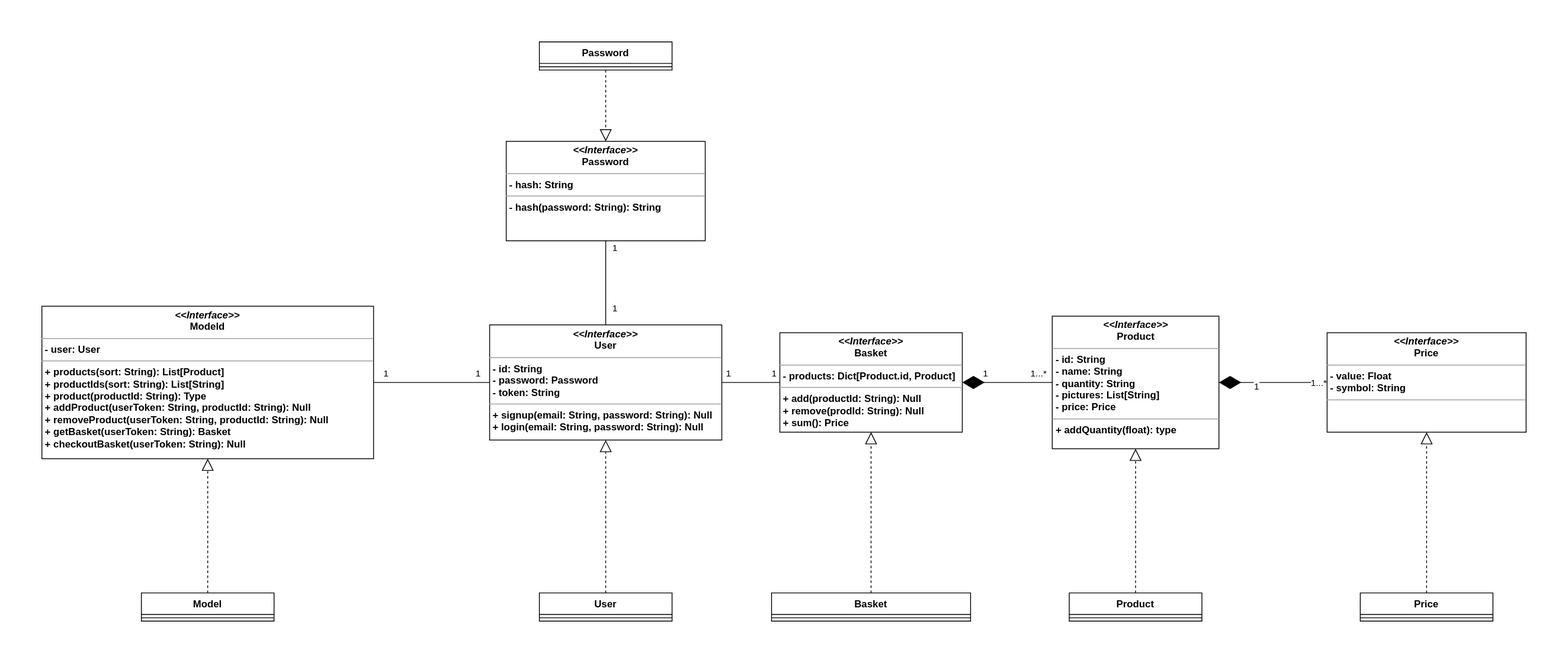
The draw.io diagram docs/resources/class-diagram.drawio.svg in israel-meiresonne/e-shop-1-backend, before a commit. Source tidied: cells renumbered, new cells last; positions are measured from the earlier drawing's top-left corner, leaving out a move shared by most shapes. Its diagram source:
```xml
<mxGraphModel>
  <root>
    <mxCell id="0" />
    <mxCell id="1" parent="0" />
    <mxCell id="2" value="User" style="swimlane;fontStyle=1;align=center;verticalAlign=top;horizontal=1;startSize=26;whiteSpace=wrap;html=1;" parent="1" vertex="1">
      <mxGeometry x="600" y="665" width="160" height="34" as="geometry" />
    </mxCell>
    <mxCell id="3" style="line;strokeWidth=1;fillColor=none;align=left;verticalAlign=middle;spacingTop=-1;spacingLeft=3;spacingRight=3;labelPosition=right;strokeColor=inherit;" parent="2" vertex="1">
      <mxGeometry y="26" width="160" height="8" as="geometry" />
    </mxCell>
    <mxCell id="4" value="&lt;p style=&quot;margin:0px;margin-top:4px;text-align:center;&quot;&gt;&lt;i&gt;&amp;lt;&amp;lt;Interface&amp;gt;&amp;gt;&lt;/i&gt;&lt;br&gt;Model&lt;span&gt;d&lt;/span&gt;&lt;/p&gt;&lt;hr size=&quot;1&quot;&gt;&lt;p style=&quot;margin:0px;margin-left:4px;&quot;&gt;- user: User&lt;br&gt;&lt;/p&gt;&lt;hr size=&quot;1&quot;&gt;&lt;p style=&quot;margin:0px;margin-left:4px;&quot;&gt;+ products(sort: String): List[Product]&lt;/p&gt;&lt;p style=&quot;margin:0px;margin-left:4px;&quot;&gt;+ productIds(sort: String): List[String]&lt;br&gt;+ product(productId: String): Type&lt;br&gt;+ addProduct(userToken: String, productId: String): Null&lt;br&gt;+ removeProduct(userToken: String, productId: String): Null&lt;br&gt;+ getBasket(userToken: String): Basket&lt;br&gt;+ checkoutBasket(userToken: String): Null&lt;br&gt;&lt;/p&gt;" style="verticalAlign=top;align=left;overflow=fill;fontSize=12;fontFamily=Helvetica;html=1;whiteSpace=wrap;fontStyle=1;" parent="1" vertex="1">
      <mxGeometry y="319" width="400" height="184" as="geometry" />
    </mxCell>
    <mxCell id="5" value="Basket" style="swimlane;fontStyle=1;align=center;verticalAlign=top;horizontal=1;startSize=26;whiteSpace=wrap;html=1;" parent="1" vertex="1">
      <mxGeometry x="880" y="665" width="240" height="34" as="geometry" />
    </mxCell>
    <mxCell id="6" style="line;strokeWidth=1;fillColor=none;align=left;verticalAlign=middle;spacingTop=-1;spacingLeft=3;spacingRight=3;labelPosition=right;strokeColor=inherit;" parent="5" vertex="1">
      <mxGeometry y="26" width="240" height="8" as="geometry" />
    </mxCell>
    <mxCell id="7" value="Product" style="swimlane;fontStyle=1;align=center;verticalAlign=top;horizontal=1;startSize=26;whiteSpace=wrap;html=1;" parent="1" vertex="1">
      <mxGeometry x="1239" y="665" width="160" height="34" as="geometry" />
    </mxCell>
    <mxCell id="8" style="line;strokeWidth=1;fillColor=none;align=left;verticalAlign=middle;spacingTop=-1;spacingLeft=3;spacingRight=3;labelPosition=right;strokeColor=inherit;" parent="7" vertex="1">
      <mxGeometry y="26" width="160" height="8" as="geometry" />
    </mxCell>
    <mxCell id="9" style="endArrow=none;html=1;rounded=0;" parent="1" edge="1" source="23" target="25">
      <mxGeometry relative="1" as="geometry" />
    </mxCell>
    <mxCell id="10" value="1" style="edgeLabel;html=1;align=center;verticalAlign=middle;" parent="9" vertex="1">
      <mxGeometry x="-0.8" relative="1" as="geometry">
        <mxPoint y="-12" as="offset" />
      </mxGeometry>
    </mxCell>
    <mxCell id="11" value="1" style="edgeLabel;html=1;align=center;verticalAlign=middle;" parent="9" vertex="1">
      <mxGeometry x="0.78" y="1" relative="1" as="geometry">
        <mxPoint y="-11" as="offset" />
      </mxGeometry>
    </mxCell>
    <mxCell id="12" value="Price" style="swimlane;fontStyle=1;align=center;verticalAlign=top;horizontal=1;startSize=26;whiteSpace=wrap;html=1;" parent="1" vertex="1">
      <mxGeometry x="1590" y="665" width="160" height="34" as="geometry" />
    </mxCell>
    <mxCell id="13" style="line;strokeWidth=1;fillColor=none;align=left;verticalAlign=middle;spacingTop=-1;spacingLeft=3;spacingRight=3;labelPosition=right;strokeColor=inherit;" parent="12" vertex="1">
      <mxGeometry y="26" width="160" height="8" as="geometry" />
    </mxCell>
    <mxCell id="14" value="Model" style="swimlane;fontStyle=1;align=center;verticalAlign=top;horizontal=1;startSize=26;whiteSpace=wrap;html=1;" parent="1" vertex="1">
      <mxGeometry x="120" y="665" width="160" height="34" as="geometry" />
    </mxCell>
    <mxCell id="15" style="line;strokeWidth=1;fillColor=none;align=left;verticalAlign=middle;spacingTop=-1;spacingLeft=3;spacingRight=3;labelPosition=right;strokeColor=inherit;" parent="14" vertex="1">
      <mxGeometry y="26" width="160" height="8" as="geometry" />
    </mxCell>
    <mxCell id="16" style="endArrow=block;dashed=1;endFill=0;endSize=12;html=1;rounded=0;" parent="1" edge="1" source="14" target="4">
      <mxGeometry relative="1" as="geometry" />
    </mxCell>
    <mxCell id="17" style="endArrow=diamondThin;endFill=1;endSize=24;html=1;rounded=0;" parent="1" edge="1" source="27" target="26">
      <mxGeometry relative="1" as="geometry" />
    </mxCell>
    <mxCell id="18" value="1" style="edgeLabel;html=1;align=center;verticalAlign=middle;" parent="17" vertex="1">
      <mxGeometry x="0.46" y="-1" relative="1" as="geometry">
        <mxPoint x="9" y="5" as="offset" />
      </mxGeometry>
    </mxCell>
    <mxCell id="19" value="1...*" style="edgeLabel;html=1;align=center;verticalAlign=middle;" parent="17" vertex="1">
      <mxGeometry x="-0.69" relative="1" as="geometry">
        <mxPoint x="10" as="offset" />
      </mxGeometry>
    </mxCell>
    <mxCell id="20" style="endArrow=diamondThin;endFill=1;endSize=24;html=1;rounded=0;" parent="1" edge="1" source="26" target="25">
      <mxGeometry relative="1" as="geometry" />
    </mxCell>
    <mxCell id="21" value="1" style="edgeLabel;html=1;align=center;verticalAlign=middle;" parent="20" vertex="1">
      <mxGeometry x="0.46" y="-1" relative="1" as="geometry">
        <mxPoint x="-2" y="-11" as="offset" />
      </mxGeometry>
    </mxCell>
    <mxCell id="22" value="1...*" style="edgeLabel;html=1;align=center;verticalAlign=middle;" parent="20" vertex="1">
      <mxGeometry x="-0.69" relative="1" as="geometry">
        <mxPoint y="-12" as="offset" />
      </mxGeometry>
    </mxCell>
    <mxCell id="23" value="&lt;p style=&quot;margin:0px;margin-top:4px;text-align:center;&quot;&gt;&lt;i&gt;&amp;lt;&amp;lt;Interface&amp;gt;&amp;gt;&lt;/i&gt;&lt;br&gt;&lt;span&gt;User&lt;/span&gt;&lt;/p&gt;&lt;hr size=&quot;1&quot;&gt;&lt;p style=&quot;margin:0px;margin-left:4px;&quot;&gt;- id: String&lt;br&gt;- password:&amp;nbsp;Password&lt;br&gt;- token: String&lt;/p&gt;&lt;hr size=&quot;1&quot;&gt;&lt;p style=&quot;margin:0px;margin-left:4px;&quot;&gt;+ signup(email: String, password: String): Null&lt;br style=&quot;border-color: var(--border-color);&quot;&gt;+ login(email: String, password: String): Null&lt;br&gt;&lt;/p&gt;" style="verticalAlign=top;align=left;overflow=fill;fontSize=12;fontFamily=Helvetica;html=1;whiteSpace=wrap;fontStyle=1;" parent="1" vertex="1">
      <mxGeometry x="540" y="341.5" width="280" height="139" as="geometry" />
    </mxCell>
    <mxCell id="24" value="&lt;p style=&quot;margin:0px;margin-top:4px;text-align:center;&quot;&gt;&lt;i&gt;&amp;lt;&amp;lt;Interface&amp;gt;&amp;gt;&lt;/i&gt;&lt;br&gt;&lt;span&gt;Password&lt;/span&gt;&lt;/p&gt;&lt;hr size=&quot;1&quot;&gt;&lt;p style=&quot;margin:0px;margin-left:4px;&quot;&gt;- hash: String&lt;/p&gt;&lt;hr size=&quot;1&quot;&gt;&lt;p style=&quot;margin:0px;margin-left:4px;&quot;&gt;- hash(password: String): String&lt;/p&gt;" style="verticalAlign=top;align=left;overflow=fill;fontSize=12;fontFamily=Helvetica;html=1;whiteSpace=wrap;fontStyle=1;" parent="1" vertex="1">
      <mxGeometry x="560" y="120" width="240" height="120" as="geometry" />
    </mxCell>
    <mxCell id="25" value="&lt;p style=&quot;margin:0px;margin-top:4px;text-align:center;&quot;&gt;&lt;i&gt;&amp;lt;&amp;lt;Interface&amp;gt;&amp;gt;&lt;/i&gt;&lt;br&gt;&lt;span&gt;Basket&lt;/span&gt;&lt;/p&gt;&lt;hr size=&quot;1&quot;&gt;&lt;p style=&quot;margin:0px;margin-left:4px;&quot;&gt;&lt;b style=&quot;border-color: var(--border-color);&quot;&gt;- products: Dict[Product.id, Product]&lt;/b&gt;&lt;br&gt;&lt;/p&gt;&lt;hr size=&quot;1&quot;&gt;&lt;p style=&quot;margin:0px;margin-left:4px;&quot;&gt;+ add(productId: String): Null&lt;br&gt;+ remove(prodId: String): Null&lt;br&gt;+ sum(): Price&lt;br&gt;&lt;/p&gt;" style="verticalAlign=top;align=left;overflow=fill;fontSize=12;fontFamily=Helvetica;html=1;whiteSpace=wrap;fontStyle=1;" parent="1" vertex="1">
      <mxGeometry x="890" y="351" width="220" height="120" as="geometry" />
    </mxCell>
    <mxCell id="26" value="&lt;p style=&quot;margin:0px;margin-top:4px;text-align:center;&quot;&gt;&lt;i&gt;&amp;lt;&amp;lt;Interface&amp;gt;&amp;gt;&lt;/i&gt;&lt;br&gt;&lt;span&gt;Product&lt;/span&gt;&lt;/p&gt;&lt;hr size=&quot;1&quot;&gt;&lt;p style=&quot;margin:0px;margin-left:4px;&quot;&gt;- id: String&lt;br&gt;- name: String&lt;br&gt;- quantity: String&lt;br&gt;- pictures: List[String]&lt;br&gt;- price: Price&lt;/p&gt;&lt;hr size=&quot;1&quot;&gt;&lt;p style=&quot;margin:0px;margin-left:4px;&quot;&gt;+ addQuantity(float): type&lt;br&gt;&lt;/p&gt;" style="verticalAlign=top;align=left;overflow=fill;fontSize=12;fontFamily=Helvetica;html=1;whiteSpace=wrap;fontStyle=1;" parent="1" vertex="1">
      <mxGeometry x="1218.5" y="331" width="201" height="160" as="geometry" />
    </mxCell>
    <mxCell id="27" value="&lt;p style=&quot;margin:0px;margin-top:4px;text-align:center;&quot;&gt;&lt;i&gt;&amp;lt;&amp;lt;Interface&amp;gt;&amp;gt;&lt;/i&gt;&lt;br&gt;&lt;span&gt;Price&lt;/span&gt;&lt;/p&gt;&lt;hr size=&quot;1&quot;&gt;&lt;p style=&quot;margin:0px;margin-left:4px;&quot;&gt;- value: Float&lt;br&gt;- symbol: String&lt;br&gt;&lt;/p&gt;&lt;hr size=&quot;1&quot;&gt;&lt;p style=&quot;margin:0px;margin-left:4px;&quot;&gt;&lt;br&gt;&lt;/p&gt;" style="verticalAlign=top;align=left;overflow=fill;fontSize=12;fontFamily=Helvetica;html=1;whiteSpace=wrap;fontStyle=1;" parent="1" vertex="1">
      <mxGeometry x="1550" y="351" width="240" height="120" as="geometry" />
    </mxCell>
    <mxCell id="28" style="endArrow=block;dashed=1;endFill=0;endSize=12;html=1;rounded=0;" parent="1" edge="1" source="2" target="23">
      <mxGeometry relative="1" as="geometry" />
    </mxCell>
    <mxCell id="29" style="endArrow=block;dashed=1;endFill=0;endSize=12;html=1;rounded=0;" parent="1" edge="1" source="36" target="24">
      <mxGeometry relative="1" as="geometry" />
    </mxCell>
    <mxCell id="30" style="endArrow=block;dashed=1;endFill=0;endSize=12;html=1;rounded=0;" parent="1" edge="1" source="5" target="25">
      <mxGeometry relative="1" as="geometry" />
    </mxCell>
    <mxCell id="31" style="endArrow=block;dashed=1;endFill=0;endSize=12;html=1;rounded=0;" parent="1" edge="1" source="7" target="26">
      <mxGeometry relative="1" as="geometry" />
    </mxCell>
    <mxCell id="32" style="endArrow=block;dashed=1;endFill=0;endSize=12;html=1;rounded=0;" parent="1" edge="1" source="12" target="27">
      <mxGeometry relative="1" as="geometry" />
    </mxCell>
    <mxCell id="33" style="endArrow=none;html=1;rounded=0;" parent="1" edge="1" source="4" target="23">
      <mxGeometry relative="1" as="geometry" />
    </mxCell>
    <mxCell id="34" value="1" style="edgeLabel;html=1;align=center;verticalAlign=middle;" parent="33" vertex="1">
      <mxGeometry x="-0.8" relative="1" as="geometry">
        <mxPoint y="-12" as="offset" />
      </mxGeometry>
    </mxCell>
    <mxCell id="35" value="1" style="edgeLabel;html=1;align=center;verticalAlign=middle;" parent="33" vertex="1">
      <mxGeometry x="0.78" y="1" relative="1" as="geometry">
        <mxPoint y="-11" as="offset" />
      </mxGeometry>
    </mxCell>
    <mxCell id="36" value="Password" style="swimlane;fontStyle=1;align=center;verticalAlign=top;horizontal=1;startSize=26;whiteSpace=wrap;html=1;" parent="1" vertex="1">
      <mxGeometry x="600" width="160" height="34" as="geometry" />
    </mxCell>
    <mxCell id="37" style="line;strokeWidth=1;fillColor=none;align=left;verticalAlign=middle;spacingTop=-1;spacingLeft=3;spacingRight=3;labelPosition=right;strokeColor=inherit;" parent="36" vertex="1">
      <mxGeometry y="26" width="160" height="8" as="geometry" />
    </mxCell>
    <mxCell id="38" style="endArrow=none;html=1;rounded=0;" parent="1" edge="1" source="23" target="24">
      <mxGeometry relative="1" as="geometry" />
    </mxCell>
    <mxCell id="39" value="1" style="edgeLabel;html=1;align=center;verticalAlign=middle;" parent="38" vertex="1">
      <mxGeometry x="-0.8" relative="1" as="geometry">
        <mxPoint x="10" y="-10" as="offset" />
      </mxGeometry>
    </mxCell>
    <mxCell id="40" value="1" style="edgeLabel;html=1;align=center;verticalAlign=middle;" parent="38" vertex="1">
      <mxGeometry x="0.78" y="1" relative="1" as="geometry">
        <mxPoint x="11" y="-2" as="offset" />
      </mxGeometry>
    </mxCell>
  </root>
</mxGraphModel>
```
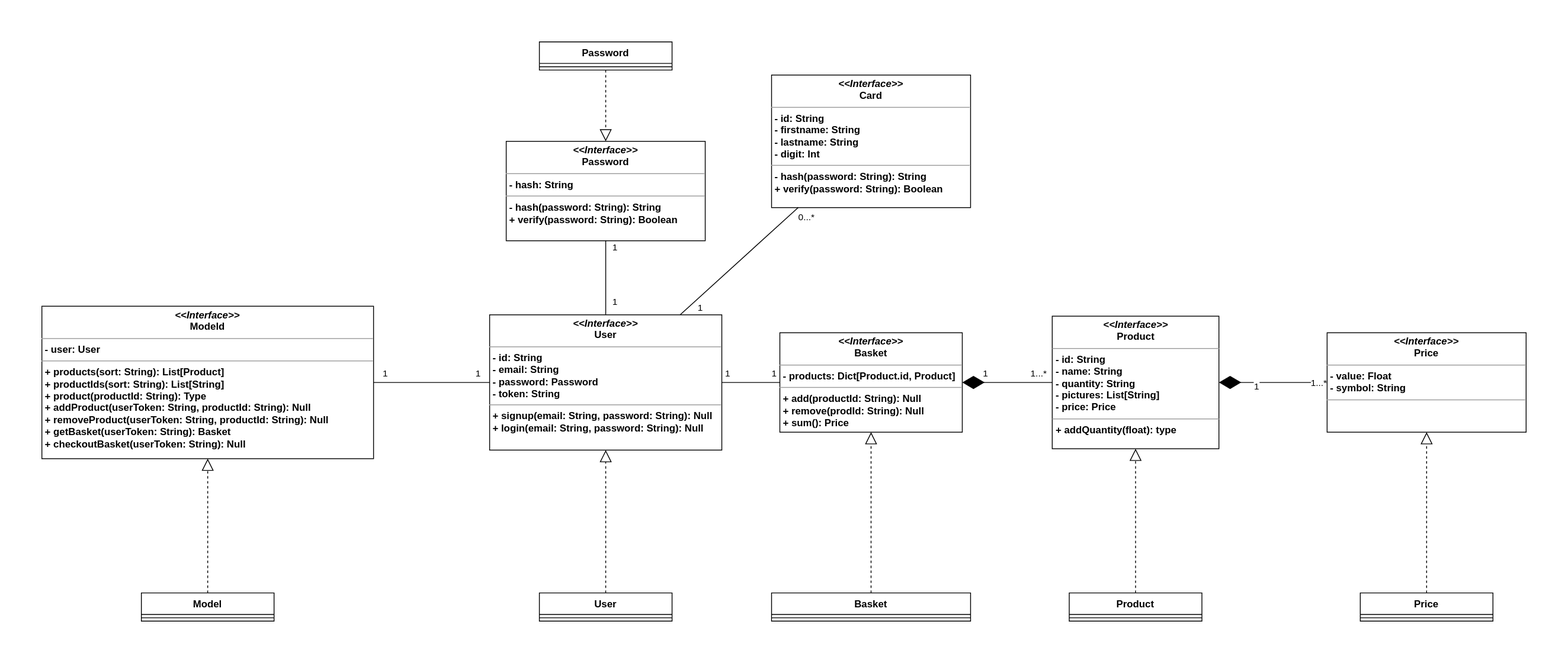
The same diagram one commit later.

Commit message:
doc: in class diagram, add `User.email`, `Password.verify()` and `Card`

Diff of the diagram source:
```diff
@@ -77,10 +77,10 @@
         <mxPoint y="-12" as="offset" />
       </mxGeometry>
     </mxCell>
-    <mxCell id="23" value="&lt;p style=&quot;margin:0px;margin-top:4px;text-align:center;&quot;&gt;&lt;i&gt;&amp;lt;&amp;lt;Interface&amp;gt;&amp;gt;&lt;/i&gt;&lt;br&gt;&lt;span&gt;User&lt;/span&gt;&lt;/p&gt;&lt;hr size=&quot;1&quot;&gt;&lt;p style=&quot;margin:0px;margin-left:4px;&quot;&gt;- id: String&lt;br&gt;- password:&amp;nbsp;Password&lt;br&gt;- token: String&lt;/p&gt;&lt;hr size=&quot;1&quot;&gt;&lt;p style=&quot;margin:0px;margin-left:4px;&quot;&gt;+ signup(email: String, password: String): Null&lt;br style=&quot;border-color: var(--border-color);&quot;&gt;+ login(email: String, password: String): Null&lt;br&gt;&lt;/p&gt;" style="verticalAlign=top;align=left;overflow=fill;fontSize=12;fontFamily=Helvetica;html=1;whiteSpace=wrap;fontStyle=1;" parent="1" vertex="1">
-      <mxGeometry x="540" y="341.5" width="280" height="139" as="geometry" />
+    <mxCell id="23" value="&lt;p style=&quot;margin:0px;margin-top:4px;text-align:center;&quot;&gt;&lt;i&gt;&amp;lt;&amp;lt;Interface&amp;gt;&amp;gt;&lt;/i&gt;&lt;br&gt;&lt;span&gt;User&lt;/span&gt;&lt;/p&gt;&lt;hr size=&quot;1&quot;&gt;&lt;p style=&quot;margin:0px;margin-left:4px;&quot;&gt;- id: String&lt;br&gt;- email: String&lt;br&gt;- password:&amp;nbsp;Password&lt;br&gt;- token: String&lt;br&gt;&lt;/p&gt;&lt;hr size=&quot;1&quot;&gt;&lt;p style=&quot;margin:0px;margin-left:4px;&quot;&gt;+ signup(email: String, password: String): Null&lt;br style=&quot;border-color: var(--border-color);&quot;&gt;+ login(email: String, password: String): Null&lt;br&gt;&lt;/p&gt;" style="verticalAlign=top;align=left;overflow=fill;fontSize=12;fontFamily=Helvetica;html=1;whiteSpace=wrap;fontStyle=1;" parent="1" vertex="1">
+      <mxGeometry x="540" y="329.4" width="280" height="163.2" as="geometry" />
     </mxCell>
-    <mxCell id="24" value="&lt;p style=&quot;margin:0px;margin-top:4px;text-align:center;&quot;&gt;&lt;i&gt;&amp;lt;&amp;lt;Interface&amp;gt;&amp;gt;&lt;/i&gt;&lt;br&gt;&lt;span&gt;Password&lt;/span&gt;&lt;/p&gt;&lt;hr size=&quot;1&quot;&gt;&lt;p style=&quot;margin:0px;margin-left:4px;&quot;&gt;- hash: String&lt;/p&gt;&lt;hr size=&quot;1&quot;&gt;&lt;p style=&quot;margin:0px;margin-left:4px;&quot;&gt;- hash(password: String): String&lt;/p&gt;" style="verticalAlign=top;align=left;overflow=fill;fontSize=12;fontFamily=Helvetica;html=1;whiteSpace=wrap;fontStyle=1;" parent="1" vertex="1">
+    <mxCell id="24" value="&lt;p style=&quot;margin:0px;margin-top:4px;text-align:center;&quot;&gt;&lt;i&gt;&amp;lt;&amp;lt;Interface&amp;gt;&amp;gt;&lt;/i&gt;&lt;br&gt;&lt;span&gt;Password&lt;/span&gt;&lt;/p&gt;&lt;hr size=&quot;1&quot;&gt;&lt;p style=&quot;margin:0px;margin-left:4px;&quot;&gt;- hash: String&lt;/p&gt;&lt;hr size=&quot;1&quot;&gt;&lt;p style=&quot;margin:0px;margin-left:4px;&quot;&gt;- hash(password: String): String&lt;br&gt;+ verify(password: String): Boolean&lt;br&gt;&lt;/p&gt;" style="verticalAlign=top;align=left;overflow=fill;fontSize=12;fontFamily=Helvetica;html=1;whiteSpace=wrap;fontStyle=1;" parent="1" vertex="1">
       <mxGeometry x="560" y="120" width="240" height="120" as="geometry" />
     </mxCell>
     <mxCell id="25" value="&lt;p style=&quot;margin:0px;margin-top:4px;text-align:center;&quot;&gt;&lt;i&gt;&amp;lt;&amp;lt;Interface&amp;gt;&amp;gt;&lt;/i&gt;&lt;br&gt;&lt;span&gt;Basket&lt;/span&gt;&lt;/p&gt;&lt;hr size=&quot;1&quot;&gt;&lt;p style=&quot;margin:0px;margin-left:4px;&quot;&gt;&lt;b style=&quot;border-color: var(--border-color);&quot;&gt;- products: Dict[Product.id, Product]&lt;/b&gt;&lt;br&gt;&lt;/p&gt;&lt;hr size=&quot;1&quot;&gt;&lt;p style=&quot;margin:0px;margin-left:4px;&quot;&gt;+ add(productId: String): Null&lt;br&gt;+ remove(prodId: String): Null&lt;br&gt;+ sum(): Price&lt;br&gt;&lt;/p&gt;" style="verticalAlign=top;align=left;overflow=fill;fontSize=12;fontFamily=Helvetica;html=1;whiteSpace=wrap;fontStyle=1;" parent="1" vertex="1">
@@ -131,7 +131,7 @@
     </mxCell>
     <mxCell id="39" value="1" style="edgeLabel;html=1;align=center;verticalAlign=middle;" parent="38" vertex="1">
       <mxGeometry x="-0.8" relative="1" as="geometry">
-        <mxPoint x="10" y="-10" as="offset" />
+        <mxPoint x="10" y="-7" as="offset" />
       </mxGeometry>
     </mxCell>
     <mxCell id="40" value="1" style="edgeLabel;html=1;align=center;verticalAlign=middle;" parent="38" vertex="1">
@@ -139,5 +139,21 @@
         <mxPoint x="11" y="-2" as="offset" />
       </mxGeometry>
     </mxCell>
+    <mxCell id="41" value="&lt;p style=&quot;margin:0px;margin-top:4px;text-align:center;&quot;&gt;&lt;i&gt;&amp;lt;&amp;lt;Interface&amp;gt;&amp;gt;&lt;/i&gt;&lt;br&gt;&lt;span&gt;Card&lt;/span&gt;&lt;/p&gt;&lt;hr size=&quot;1&quot;&gt;&lt;p style=&quot;margin:0px;margin-left:4px;&quot;&gt;- id: String&lt;br&gt;- firstname: String&lt;br&gt;- lastname: String&lt;br&gt;- digit: Int&lt;br&gt;&lt;/p&gt;&lt;hr size=&quot;1&quot;&gt;&lt;p style=&quot;margin:0px;margin-left:4px;&quot;&gt;- hash(password: String): String&lt;br&gt;+ verify(password: String): Boolean&lt;br&gt;&lt;/p&gt;" style="verticalAlign=top;align=left;overflow=fill;fontSize=12;fontFamily=Helvetica;html=1;whiteSpace=wrap;fontStyle=1;" parent="1" vertex="1">
+      <mxGeometry x="880" y="40" width="240" height="160" as="geometry" />
+    </mxCell>
+    <mxCell id="42" style="endArrow=none;html=1;rounded=0;" parent="1" edge="1" source="23" target="41">
+      <mxGeometry relative="1" as="geometry" />
+    </mxCell>
+    <mxCell id="43" value="1" style="edgeLabel;html=1;align=center;verticalAlign=middle;" parent="42" vertex="1">
+      <mxGeometry x="-0.8" relative="1" as="geometry">
+        <mxPoint x="10" y="4" as="offset" />
+      </mxGeometry>
+    </mxCell>
+    <mxCell id="44" value="0...*" style="edgeLabel;html=1;align=center;verticalAlign=middle;" parent="42" vertex="1">
+      <mxGeometry x="0.78" y="1" relative="1" as="geometry">
+        <mxPoint x="26" y="-2" as="offset" />
+      </mxGeometry>
+    </mxCell>
   </root>
 </mxGraphModel>
```
